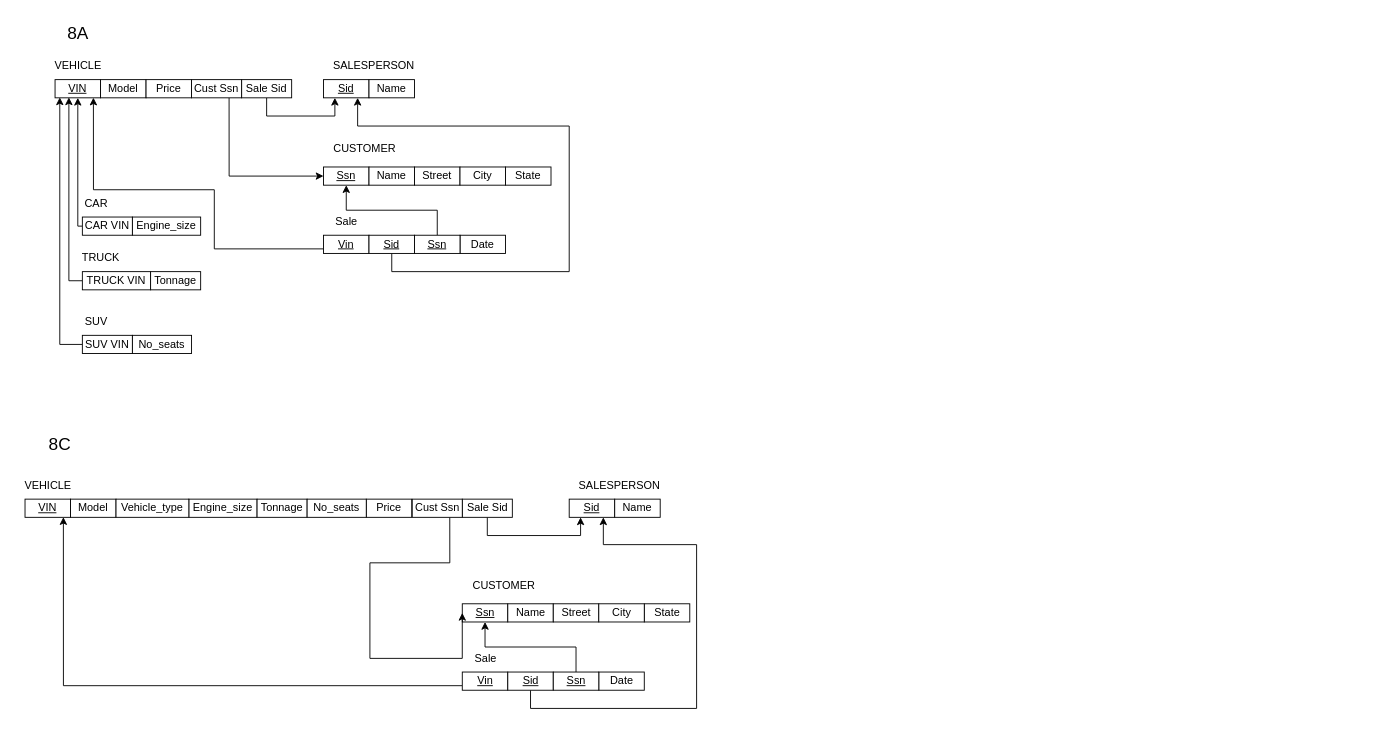
shivamdesai04/ENSF300 keeps this draw.io diagram as assignment3/Question2.drawio. Above is the earlier version. Source tidied: cells renumbered, new cells numbered last; positions are measured from the earlier drawing's top-left corner, leaving out a move shared by most shapes. Both pictures are drawn from the tidied source at 91%, with x=0, y=0 at pixel (15, 15).
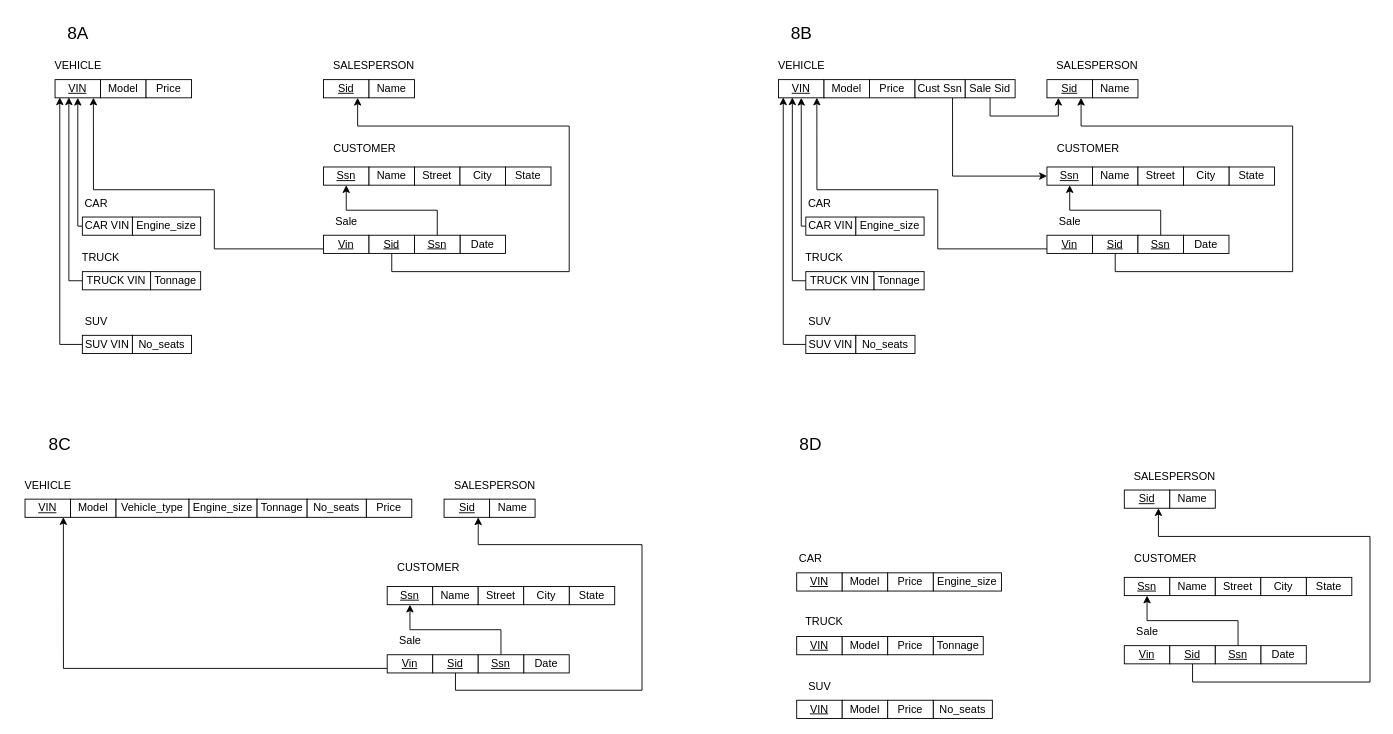
The same diagram, later.

The change refers to these unchanged cells:
```xml
<mxCell id="6" value="&lt;u&gt;Sid&lt;/u&gt;" style="whiteSpace=wrap;html=1;" parent="1" vertex="1">
  <mxGeometry x="338" y="70" width="50" height="20" as="geometry" />
</mxCell>
<mxCell id="25" value="&lt;u&gt;Ssn&lt;/u&gt;" style="whiteSpace=wrap;html=1;" parent="1" vertex="1">
  <mxGeometry x="338" y="166" width="50" height="20" as="geometry" />
</mxCell>
<mxCell id="41" value="&lt;u&gt;VIN&lt;/u&gt;" style="whiteSpace=wrap;html=1;" parent="1" vertex="1">
  <mxGeometry x="10" y="531" width="50" height="20" as="geometry" />
</mxCell>
```

Change to the diagram source:
```diff
@@
-    <mxCell id="9" style="edgeStyle=orthogonalEdgeStyle;rounded=0;jettySize=auto;html=1;exitX=0.5;exitY=1;exitDx=0;exitDy=0;entryX=0.25;entryY=1;entryDx=0;entryDy=0;" parent="1" edge="1" source="10" target="6">
-      <mxGeometry relative="1" as="geometry" />
-    </mxCell>
-    <mxCell id="10" value="Sale Sid" style="whiteSpace=wrap;html=1;" parent="1" vertex="1">
-      <mxGeometry x="248" y="70" width="55" height="20" as="geometry" />
-    </mxCell>
@@
-    <mxCell id="37" style="edgeStyle=orthogonalEdgeStyle;rounded=0;jettySize=auto;html=1;exitX=0.75;exitY=1;exitDx=0;exitDy=0;entryX=0;entryY=0.5;entryDx=0;entryDy=0;" parent="1" edge="1" source="38" target="25">
-      <mxGeometry relative="1" as="geometry">
-        <Array as="points">
-          <mxPoint x="234" y="176" />
-        </Array>
-      </mxGeometry>
-    </mxCell>
-    <mxCell id="38" value="Cust Ssn" style="whiteSpace=wrap;html=1;" parent="1" vertex="1">
-      <mxGeometry x="193" y="70" width="55" height="20" as="geometry" />
-    </mxCell>
@@
     <mxCell id="44" value="&lt;u&gt;Sid&lt;/u&gt;" style="whiteSpace=wrap;html=1;" parent="1" vertex="1">
-      <mxGeometry x="608" y="531" width="50" height="20" as="geometry" />
+      <mxGeometry x="470.5" y="531" width="50" height="20" as="geometry" />
     </mxCell>
     <mxCell id="45" value="SALESPERSON" style="text;html=1;align=center;verticalAlign=middle;strokeColor=none;fillColor=none;" parent="1" vertex="1">
-      <mxGeometry x="608" y="501" width="110" height="30" as="geometry" />
+      <mxGeometry x="470.5" y="501" width="110" height="30" as="geometry" />
     </mxCell>
     <mxCell id="46" value="Name" style="whiteSpace=wrap;html=1;" parent="1" vertex="1">
-      <mxGeometry x="658" y="531" width="50" height="20" as="geometry" />
+      <mxGeometry x="520.5" y="531" width="50" height="20" as="geometry" />
     </mxCell>
-    <mxCell id="47" style="edgeStyle=orthogonalEdgeStyle;rounded=0;jettySize=auto;html=1;exitX=0.5;exitY=1;exitDx=0;exitDy=0;entryX=0.25;entryY=1;entryDx=0;entryDy=0;fontSize=19;" parent="1" edge="1" source="48" target="44">
-      <mxGeometry relative="1" as="geometry" />
-    </mxCell>
-    <mxCell id="48" value="Sale Sid" style="whiteSpace=wrap;html=1;" parent="1" vertex="1">
-      <mxGeometry x="490.5" y="531" width="55" height="20" as="geometry" />
-    </mxCell>
     <mxCell id="49" value="Date" style="whiteSpace=wrap;html=1;" parent="1" vertex="1">
-      <mxGeometry x="640.5" y="721" width="50" height="20" as="geometry" />
+      <mxGeometry x="558" y="702" width="50" height="20" as="geometry" />
     </mxCell>
     <mxCell id="50" value="CUSTOMER" style="text;html=1;align=center;verticalAlign=middle;strokeColor=none;fillColor=none;" parent="1" vertex="1">
-      <mxGeometry x="490.5" y="611" width="90" height="30" as="geometry" />
+      <mxGeometry x="408" y="592" width="90" height="30" as="geometry" />
     </mxCell>
     <mxCell id="51" value="&lt;u&gt;Ssn&lt;/u&gt;" style="whiteSpace=wrap;html=1;" parent="1" vertex="1">
-      <mxGeometry x="490.5" y="646" width="50" height="20" as="geometry" />
+      <mxGeometry x="408" y="627" width="50" height="20" as="geometry" />
     </mxCell>
     <mxCell id="52" value="Name" style="whiteSpace=wrap;html=1;" parent="1" vertex="1">
-      <mxGeometry x="540.5" y="646" width="50" height="20" as="geometry" />
+      <mxGeometry x="458" y="627" width="50" height="20" as="geometry" />
     </mxCell>
     <mxCell id="53" value="State" style="whiteSpace=wrap;html=1;" parent="1" vertex="1">
-      <mxGeometry x="690.5" y="646" width="50" height="20" as="geometry" />
+      <mxGeometry x="608" y="627" width="50" height="20" as="geometry" />
     </mxCell>
     <mxCell id="54" value="Street" style="whiteSpace=wrap;html=1;" parent="1" vertex="1">
-      <mxGeometry x="590.5" y="646" width="50" height="20" as="geometry" />
+      <mxGeometry x="508" y="627" width="50" height="20" as="geometry" />
     </mxCell>
     <mxCell id="55" value="City" style="whiteSpace=wrap;html=1;" parent="1" vertex="1">
-      <mxGeometry x="640.5" y="646" width="50" height="20" as="geometry" />
+      <mxGeometry x="558" y="627" width="50" height="20" as="geometry" />
     </mxCell>
     <mxCell id="56" value="Sale" style="text;html=1;align=center;verticalAlign=middle;strokeColor=none;fillColor=none;" parent="1" vertex="1">
-      <mxGeometry x="490.5" y="691" width="50" height="30" as="geometry" />
+      <mxGeometry x="408" y="672" width="50" height="30" as="geometry" />
     </mxCell>
     <mxCell id="57" style="edgeStyle=orthogonalEdgeStyle;rounded=0;jettySize=auto;html=1;exitX=0;exitY=0.75;exitDx=0;exitDy=0;entryX=0.843;entryY=0.989;entryDx=0;entryDy=0;entryPerimeter=0;" parent="1" edge="1" source="58" target="41">
       <mxGeometry relative="1" as="geometry">
         <Array as="points">
-          <mxPoint x="52" y="736" />
+          <mxPoint x="52" y="717" />
         </Array>
       </mxGeometry>
     </mxCell>
     <mxCell id="58" value="&lt;u&gt;Vin&lt;/u&gt;" style="whiteSpace=wrap;html=1;" parent="1" vertex="1">
-      <mxGeometry x="490.5" y="721" width="50" height="20" as="geometry" />
+      <mxGeometry x="408" y="702" width="50" height="20" as="geometry" />
     </mxCell>
     <mxCell id="59" style="edgeStyle=orthogonalEdgeStyle;rounded=0;jettySize=auto;html=1;exitX=0.5;exitY=1;exitDx=0;exitDy=0;entryX=0.75;entryY=1;entryDx=0;entryDy=0;fontSize=19;" parent="1" edge="1" source="60" target="44">
       <mxGeometry relative="1" as="geometry">
         <Array as="points">
-          <mxPoint x="565" y="761" />
-          <mxPoint x="748" y="761" />
-          <mxPoint x="748" y="581" />
-          <mxPoint x="645" y="581" />
+          <mxPoint x="483" y="741" />
+          <mxPoint x="688" y="741" />
+          <mxPoint x="688" y="581" />
+          <mxPoint x="508" y="581" />
         </Array>
       </mxGeometry>
     </mxCell>
     <mxCell id="60" value="&lt;u&gt;Sid&lt;/u&gt;" style="whiteSpace=wrap;html=1;" parent="1" vertex="1">
-      <mxGeometry x="540.5" y="721" width="50" height="20" as="geometry" />
+      <mxGeometry x="458" y="702" width="50" height="20" as="geometry" />
     </mxCell>
@@
     <mxCell id="62" value="&lt;u&gt;Ssn&lt;/u&gt;" style="whiteSpace=wrap;html=1;" parent="1" vertex="1">
-      <mxGeometry x="590.5" y="721" width="50" height="20" as="geometry" />
+      <mxGeometry x="508" y="702" width="50" height="20" as="geometry" />
     </mxCell>
-    <mxCell id="63" style="edgeStyle=orthogonalEdgeStyle;rounded=0;jettySize=auto;html=1;exitX=0.75;exitY=1;exitDx=0;exitDy=0;entryX=0;entryY=0.5;entryDx=0;entryDy=0;" parent="1" edge="1" source="64" target="51">
-      <mxGeometry relative="1" as="geometry">
-        <Array as="points">
-          <mxPoint x="477" y="601" />
-          <mxPoint x="389" y="601" />
-          <mxPoint x="389" y="706" />
-        </Array>
-      </mxGeometry>
-    </mxCell>
-    <mxCell id="64" value="Cust Ssn" style="whiteSpace=wrap;html=1;" parent="1" vertex="1">
-      <mxGeometry x="435.5" y="531" width="55" height="20" as="geometry" />
-    </mxCell>
@@
+    <mxCell id="70" value="VEHICLE" style="text;html=1;align=center;verticalAlign=middle;strokeColor=none;fillColor=none;" parent="1" vertex="1">
+      <mxGeometry x="828" y="40" width="70" height="30" as="geometry" />
+    </mxCell>
+    <mxCell id="71" value="&lt;u&gt;VIN&lt;/u&gt;" style="whiteSpace=wrap;html=1;" parent="1" vertex="1">
+      <mxGeometry x="838" y="70" width="50" height="20" as="geometry" />
+    </mxCell>
+    <mxCell id="72" value="Model" style="whiteSpace=wrap;html=1;" parent="1" vertex="1">
+      <mxGeometry x="888" y="70" width="50" height="20" as="geometry" />
+    </mxCell>
+    <mxCell id="73" value="Price" style="whiteSpace=wrap;html=1;" parent="1" vertex="1">
+      <mxGeometry x="938" y="70" width="50" height="20" as="geometry" />
+    </mxCell>
+    <mxCell id="74" value="&lt;u&gt;Sid&lt;/u&gt;" style="whiteSpace=wrap;html=1;" parent="1" vertex="1">
+      <mxGeometry x="1133" y="70" width="50" height="20" as="geometry" />
+    </mxCell>
+    <mxCell id="75" value="SALESPERSON" style="text;html=1;align=center;verticalAlign=middle;strokeColor=none;fillColor=none;" parent="1" vertex="1">
+      <mxGeometry x="1133" y="40" width="110" height="30" as="geometry" />
+    </mxCell>
+    <mxCell id="76" value="Name" style="whiteSpace=wrap;html=1;" parent="1" vertex="1">
+      <mxGeometry x="1183" y="70" width="50" height="20" as="geometry" />
+    </mxCell>
+    <mxCell id="77" style="edgeStyle=orthogonalEdgeStyle;rounded=0;jettySize=auto;html=1;exitX=0.5;exitY=1;exitDx=0;exitDy=0;entryX=0.25;entryY=1;entryDx=0;entryDy=0;" parent="1" edge="1" source="78" target="74">
+      <mxGeometry relative="1" as="geometry" />
+    </mxCell>
+    <mxCell id="78" value="Sale Sid" style="whiteSpace=wrap;html=1;" parent="1" vertex="1">
+      <mxGeometry x="1043" y="70" width="55" height="20" as="geometry" />
+    </mxCell>
+    <mxCell id="79" value="CAR" style="text;html=1;align=center;verticalAlign=middle;strokeColor=none;fillColor=none;" parent="1" vertex="1">
+      <mxGeometry x="858" y="191" width="50" height="30" as="geometry" />
+    </mxCell>
+    <mxCell id="80" value="TRUCK" style="text;html=1;align=center;verticalAlign=middle;strokeColor=none;fillColor=none;" parent="1" vertex="1">
+      <mxGeometry x="858" y="251" width="60" height="30" as="geometry" />
+    </mxCell>
+    <mxCell id="81" style="edgeStyle=orthogonalEdgeStyle;rounded=0;jettySize=auto;html=1;exitX=0;exitY=0.5;exitDx=0;exitDy=0;entryX=0.5;entryY=1;entryDx=0;entryDy=0;" parent="1" edge="1" source="82" target="71">
+      <mxGeometry relative="1" as="geometry">
+        <Array as="points">
+          <mxPoint x="863" y="231" />
+        </Array>
+      </mxGeometry>
+    </mxCell>
+    <mxCell id="82" value="CAR VIN" style="whiteSpace=wrap;html=1;" parent="1" vertex="1">
+      <mxGeometry x="868" y="221" width="55" height="20" as="geometry" />
+    </mxCell>
+    <mxCell id="83" value="Engine_size" style="whiteSpace=wrap;html=1;" parent="1" vertex="1">
+      <mxGeometry x="923" y="221" width="75" height="20" as="geometry" />
+    </mxCell>
+    <mxCell id="84" style="edgeStyle=orthogonalEdgeStyle;rounded=0;jettySize=auto;html=1;exitX=0;exitY=0.5;exitDx=0;exitDy=0;entryX=0.304;entryY=0.975;entryDx=0;entryDy=0;entryPerimeter=0;" parent="1" edge="1" source="85" target="71">
+      <mxGeometry relative="1" as="geometry">
+        <Array as="points">
+          <mxPoint x="853" y="291" />
+        </Array>
+      </mxGeometry>
+    </mxCell>
+    <mxCell id="85" value="TRUCK VIN" style="whiteSpace=wrap;html=1;" parent="1" vertex="1">
+      <mxGeometry x="868" y="281" width="75" height="20" as="geometry" />
+    </mxCell>
+    <mxCell id="86" value="Tonnage" style="whiteSpace=wrap;html=1;" parent="1" vertex="1">
+      <mxGeometry x="943" y="281" width="55" height="20" as="geometry" />
+    </mxCell>
+    <mxCell id="87" style="edgeStyle=orthogonalEdgeStyle;rounded=0;jettySize=auto;html=1;exitX=0;exitY=0.5;exitDx=0;exitDy=0;entryX=0.104;entryY=0.975;entryDx=0;entryDy=0;entryPerimeter=0;" parent="1" edge="1" source="88" target="71">
+      <mxGeometry relative="1" as="geometry" />
+    </mxCell>
+    <mxCell id="88" value="SUV VIN" style="whiteSpace=wrap;html=1;" parent="1" vertex="1">
+      <mxGeometry x="868" y="351" width="55" height="20" as="geometry" />
+    </mxCell>
+    <mxCell id="89" value="No_seats" style="whiteSpace=wrap;html=1;" parent="1" vertex="1">
+      <mxGeometry x="923" y="351" width="65" height="20" as="geometry" />
+    </mxCell>
+    <mxCell id="90" value="SUV" style="text;html=1;align=center;verticalAlign=middle;strokeColor=none;fillColor=none;" parent="1" vertex="1">
+      <mxGeometry x="858" y="321" width="50" height="30" as="geometry" />
+    </mxCell>
+    <mxCell id="91" value="Date" style="whiteSpace=wrap;html=1;" parent="1" vertex="1">
+      <mxGeometry x="1283" y="241" width="50" height="20" as="geometry" />
+    </mxCell>
+    <mxCell id="92" value="CUSTOMER" style="text;html=1;align=center;verticalAlign=middle;strokeColor=none;fillColor=none;" parent="1" vertex="1">
+      <mxGeometry x="1133" y="131" width="90" height="30" as="geometry" />
+    </mxCell>
+    <mxCell id="93" value="&lt;u&gt;Ssn&lt;/u&gt;" style="whiteSpace=wrap;html=1;" parent="1" vertex="1">
+      <mxGeometry x="1133" y="166" width="50" height="20" as="geometry" />
+    </mxCell>
+    <mxCell id="94" value="Name" style="whiteSpace=wrap;html=1;" parent="1" vertex="1">
+      <mxGeometry x="1183" y="166" width="50" height="20" as="geometry" />
+    </mxCell>
+    <mxCell id="95" value="State" style="whiteSpace=wrap;html=1;" parent="1" vertex="1">
+      <mxGeometry x="1333" y="166" width="50" height="20" as="geometry" />
+    </mxCell>
+    <mxCell id="96" value="Street" style="whiteSpace=wrap;html=1;" parent="1" vertex="1">
+      <mxGeometry x="1233" y="166" width="50" height="20" as="geometry" />
+    </mxCell>
+    <mxCell id="97" value="City" style="whiteSpace=wrap;html=1;" parent="1" vertex="1">
+      <mxGeometry x="1283" y="166" width="50" height="20" as="geometry" />
+    </mxCell>
+    <mxCell id="98" value="Sale" style="text;html=1;align=center;verticalAlign=middle;strokeColor=none;fillColor=none;" parent="1" vertex="1">
+      <mxGeometry x="1133" y="211" width="50" height="30" as="geometry" />
+    </mxCell>
+    <mxCell id="99" style="edgeStyle=orthogonalEdgeStyle;rounded=0;jettySize=auto;html=1;exitX=0;exitY=0.75;exitDx=0;exitDy=0;entryX=0.843;entryY=0.989;entryDx=0;entryDy=0;entryPerimeter=0;" parent="1" edge="1" source="100" target="71">
+      <mxGeometry relative="1" as="geometry">
+        <Array as="points">
+          <mxPoint x="1013" y="256" />
+          <mxPoint x="1013" y="191" />
+          <mxPoint x="880" y="191" />
+        </Array>
+      </mxGeometry>
+    </mxCell>
+    <mxCell id="100" value="&lt;u&gt;Vin&lt;/u&gt;" style="whiteSpace=wrap;html=1;" parent="1" vertex="1">
+      <mxGeometry x="1133" y="241" width="50" height="20" as="geometry" />
+    </mxCell>
+    <mxCell id="101" style="edgeStyle=orthogonalEdgeStyle;rounded=0;jettySize=auto;html=1;exitX=0.5;exitY=1;exitDx=0;exitDy=0;entryX=0.75;entryY=1;entryDx=0;entryDy=0;" parent="1" edge="1" source="102" target="74">
+      <mxGeometry relative="1" as="geometry">
+        <Array as="points">
+          <mxPoint x="1208" y="281" />
+          <mxPoint x="1403" y="281" />
+          <mxPoint x="1403" y="121" />
+          <mxPoint x="1171" y="121" />
+        </Array>
+      </mxGeometry>
+    </mxCell>
+    <mxCell id="102" value="&lt;u&gt;Sid&lt;/u&gt;" style="whiteSpace=wrap;html=1;" parent="1" vertex="1">
+      <mxGeometry x="1183" y="241" width="50" height="20" as="geometry" />
+    </mxCell>
+    <mxCell id="103" style="edgeStyle=orthogonalEdgeStyle;rounded=0;jettySize=auto;html=1;exitX=0.5;exitY=0;exitDx=0;exitDy=0;entryX=0.5;entryY=1;entryDx=0;entryDy=0;" parent="1" edge="1" source="104" target="93">
+      <mxGeometry relative="1" as="geometry" />
+    </mxCell>
+    <mxCell id="104" value="&lt;u&gt;Ssn&lt;/u&gt;" style="whiteSpace=wrap;html=1;" parent="1" vertex="1">
+      <mxGeometry x="1233" y="241" width="50" height="20" as="geometry" />
+    </mxCell>
+    <mxCell id="105" style="edgeStyle=orthogonalEdgeStyle;rounded=0;jettySize=auto;html=1;exitX=0.75;exitY=1;exitDx=0;exitDy=0;entryX=0;entryY=0.5;entryDx=0;entryDy=0;" parent="1" edge="1" source="106" target="93">
+      <mxGeometry relative="1" as="geometry">
+        <Array as="points">
+          <mxPoint x="1029" y="176" />
+        </Array>
+      </mxGeometry>
+    </mxCell>
+    <mxCell id="106" value="Cust Ssn" style="whiteSpace=wrap;html=1;" parent="1" vertex="1">
+      <mxGeometry x="988" y="70" width="55" height="20" as="geometry" />
+    </mxCell>
+    <mxCell id="107" value="&lt;span style=&quot;font-size: 19px;&quot;&gt;8B&lt;/span&gt;" style="text;html=1;align=center;verticalAlign=middle;strokeColor=none;fillColor=none;" parent="1" vertex="1">
+      <mxGeometry x="838" width="50" height="40" as="geometry" />
+    </mxCell>
+    <mxCell id="108" value="&lt;u&gt;Sid&lt;/u&gt;" style="whiteSpace=wrap;html=1;" parent="1" vertex="1">
+      <mxGeometry x="1218" y="521" width="50" height="20" as="geometry" />
+    </mxCell>
+    <mxCell id="109" value="SALESPERSON" style="text;html=1;align=center;verticalAlign=middle;strokeColor=none;fillColor=none;" parent="1" vertex="1">
+      <mxGeometry x="1218" y="491" width="110" height="30" as="geometry" />
+    </mxCell>
+    <mxCell id="110" value="Name" style="whiteSpace=wrap;html=1;" parent="1" vertex="1">
+      <mxGeometry x="1268" y="521" width="50" height="20" as="geometry" />
+    </mxCell>
+    <mxCell id="111" value="CAR" style="text;html=1;align=center;verticalAlign=middle;strokeColor=none;fillColor=none;" parent="1" vertex="1">
+      <mxGeometry x="848" y="582" width="50" height="30" as="geometry" />
+    </mxCell>
+    <mxCell id="112" value="TRUCK" style="text;html=1;align=center;verticalAlign=middle;strokeColor=none;fillColor=none;" parent="1" vertex="1">
+      <mxGeometry x="858" y="651" width="60" height="30" as="geometry" />
+    </mxCell>
+    <mxCell id="113" value="Engine_size" style="whiteSpace=wrap;html=1;" parent="1" vertex="1">
+      <mxGeometry x="1008" y="612" width="75" height="20" as="geometry" />
+    </mxCell>
+    <mxCell id="114" value="Tonnage" style="whiteSpace=wrap;html=1;" parent="1" vertex="1">
+      <mxGeometry x="1008" y="682" width="55" height="20" as="geometry" />
+    </mxCell>
+    <mxCell id="115" value="No_seats" style="whiteSpace=wrap;html=1;" parent="1" vertex="1">
+      <mxGeometry x="1008" y="752" width="65" height="20" as="geometry" />
+    </mxCell>
+    <mxCell id="116" value="SUV" style="text;html=1;align=center;verticalAlign=middle;strokeColor=none;fillColor=none;" parent="1" vertex="1">
+      <mxGeometry x="858" y="722" width="50" height="30" as="geometry" />
+    </mxCell>
+    <mxCell id="117" value="Date" style="whiteSpace=wrap;html=1;" parent="1" vertex="1">
+      <mxGeometry x="1368" y="692" width="50" height="20" as="geometry" />
+    </mxCell>
+    <mxCell id="118" value="CUSTOMER" style="text;html=1;align=center;verticalAlign=middle;strokeColor=none;fillColor=none;" parent="1" vertex="1">
+      <mxGeometry x="1218" y="582" width="90" height="30" as="geometry" />
+    </mxCell>
+    <mxCell id="119" value="&lt;u&gt;Ssn&lt;/u&gt;" style="whiteSpace=wrap;html=1;" parent="1" vertex="1">
+      <mxGeometry x="1218" y="617" width="50" height="20" as="geometry" />
+    </mxCell>
+    <mxCell id="120" value="Name" style="whiteSpace=wrap;html=1;" parent="1" vertex="1">
+      <mxGeometry x="1268" y="617" width="50" height="20" as="geometry" />
+    </mxCell>
+    <mxCell id="121" value="State" style="whiteSpace=wrap;html=1;" parent="1" vertex="1">
+      <mxGeometry x="1418" y="617" width="50" height="20" as="geometry" />
+    </mxCell>
+    <mxCell id="122" value="Street" style="whiteSpace=wrap;html=1;" parent="1" vertex="1">
+      <mxGeometry x="1318" y="617" width="50" height="20" as="geometry" />
+    </mxCell>
+    <mxCell id="123" value="City" style="whiteSpace=wrap;html=1;" parent="1" vertex="1">
+      <mxGeometry x="1368" y="617" width="50" height="20" as="geometry" />
+    </mxCell>
+    <mxCell id="124" value="Sale" style="text;html=1;align=center;verticalAlign=middle;strokeColor=none;fillColor=none;" parent="1" vertex="1">
+      <mxGeometry x="1218" y="662" width="50" height="30" as="geometry" />
+    </mxCell>
+    <mxCell id="125" value="&lt;u&gt;Vin&lt;/u&gt;" style="whiteSpace=wrap;html=1;" parent="1" vertex="1">
+      <mxGeometry x="1218" y="692" width="50" height="20" as="geometry" />
+    </mxCell>
+    <mxCell id="126" style="edgeStyle=orthogonalEdgeStyle;rounded=0;jettySize=auto;html=1;exitX=0.5;exitY=1;exitDx=0;exitDy=0;entryX=0.75;entryY=1;entryDx=0;entryDy=0;" parent="1" edge="1" source="127" target="108">
+      <mxGeometry relative="1" as="geometry">
+        <Array as="points">
+          <mxPoint x="1293" y="732" />
+          <mxPoint x="1488" y="732" />
+          <mxPoint x="1488" y="572" />
+          <mxPoint x="1256" y="572" />
+        </Array>
+      </mxGeometry>
+    </mxCell>
+    <mxCell id="127" value="&lt;u&gt;Sid&lt;/u&gt;" style="whiteSpace=wrap;html=1;" parent="1" vertex="1">
+      <mxGeometry x="1268" y="692" width="50" height="20" as="geometry" />
+    </mxCell>
+    <mxCell id="128" style="edgeStyle=orthogonalEdgeStyle;rounded=0;jettySize=auto;html=1;exitX=0.5;exitY=0;exitDx=0;exitDy=0;entryX=0.5;entryY=1;entryDx=0;entryDy=0;" parent="1" edge="1" source="129" target="119">
+      <mxGeometry relative="1" as="geometry" />
+    </mxCell>
+    <mxCell id="129" value="&lt;u&gt;Ssn&lt;/u&gt;" style="whiteSpace=wrap;html=1;" parent="1" vertex="1">
+      <mxGeometry x="1318" y="692" width="50" height="20" as="geometry" />
+    </mxCell>
+    <mxCell id="130" value="&lt;span style=&quot;font-size: 19px;&quot;&gt;8D&lt;/span&gt;" style="text;html=1;align=center;verticalAlign=middle;strokeColor=none;fillColor=none;" parent="1" vertex="1">
+      <mxGeometry x="848" y="451" width="50" height="40" as="geometry" />
+    </mxCell>
+    <mxCell id="131" value="&lt;u&gt;VIN&lt;/u&gt;" style="whiteSpace=wrap;html=1;" parent="1" vertex="1">
+      <mxGeometry x="858" y="612" width="50" height="20" as="geometry" />
+    </mxCell>
+    <mxCell id="132" value="Model" style="whiteSpace=wrap;html=1;" parent="1" vertex="1">
+      <mxGeometry x="908" y="612" width="50" height="20" as="geometry" />
+    </mxCell>
+    <mxCell id="133" value="Price" style="whiteSpace=wrap;html=1;" parent="1" vertex="1">
+      <mxGeometry x="958" y="612" width="50" height="20" as="geometry" />
+    </mxCell>
+    <mxCell id="134" value="&lt;u&gt;VIN&lt;/u&gt;" style="whiteSpace=wrap;html=1;" parent="1" vertex="1">
+      <mxGeometry x="858" y="682" width="50" height="20" as="geometry" />
+    </mxCell>
+    <mxCell id="135" value="Model" style="whiteSpace=wrap;html=1;" parent="1" vertex="1">
+      <mxGeometry x="908" y="682" width="50" height="20" as="geometry" />
+    </mxCell>
+    <mxCell id="136" value="Price" style="whiteSpace=wrap;html=1;" parent="1" vertex="1">
+      <mxGeometry x="958" y="682" width="50" height="20" as="geometry" />
+    </mxCell>
+    <mxCell id="137" value="&lt;u&gt;VIN&lt;/u&gt;" style="whiteSpace=wrap;html=1;" parent="1" vertex="1">
+      <mxGeometry x="858" y="752" width="50" height="20" as="geometry" />
+    </mxCell>
+    <mxCell id="138" value="Model" style="whiteSpace=wrap;html=1;" parent="1" vertex="1">
+      <mxGeometry x="908" y="752" width="50" height="20" as="geometry" />
+    </mxCell>
+    <mxCell id="139" value="Price" style="whiteSpace=wrap;html=1;" parent="1" vertex="1">
+      <mxGeometry x="958" y="752" width="50" height="20" as="geometry" />
+    </mxCell>
```
